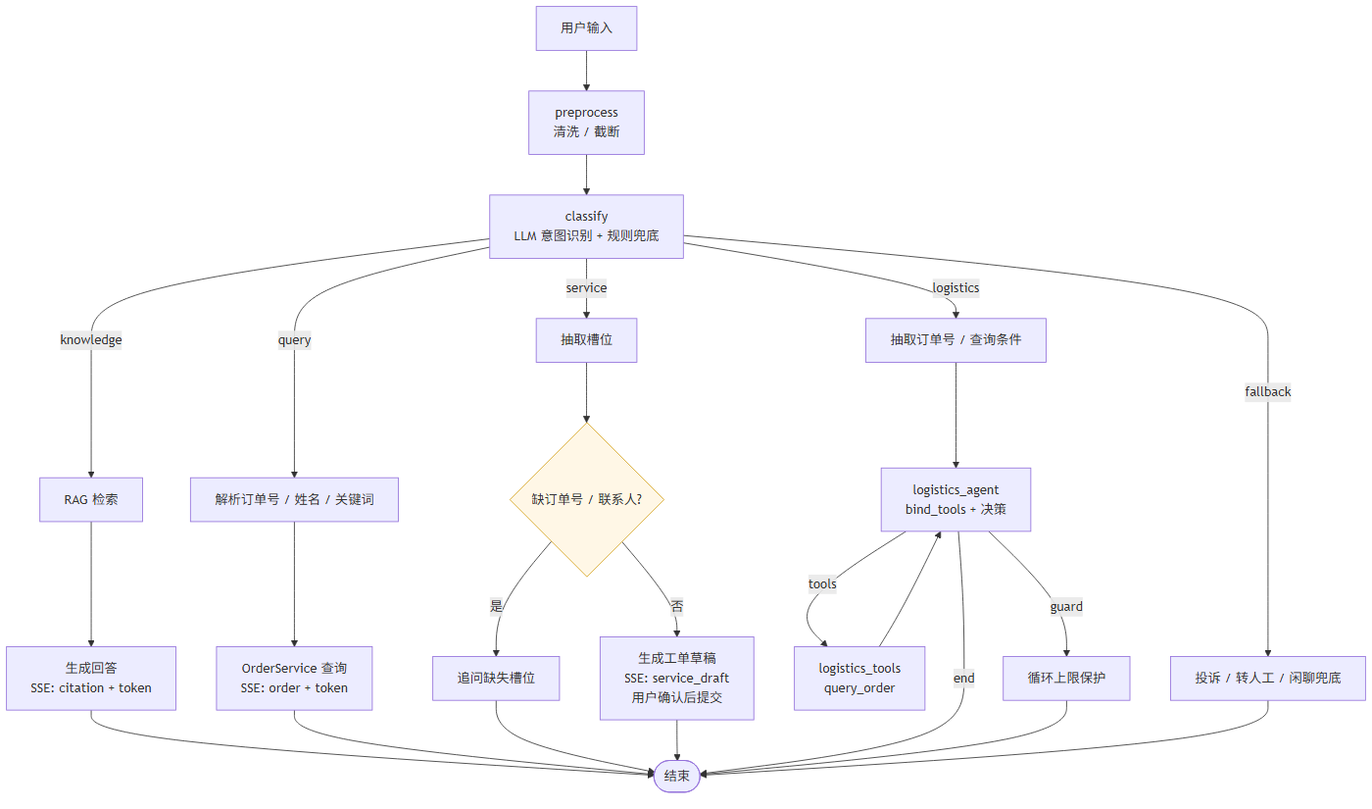
Above: docs/routing.png in II777II/qa-ticket-agent (Mermaid), before the change. Its source is kept beside it as docs/routing.mmd.
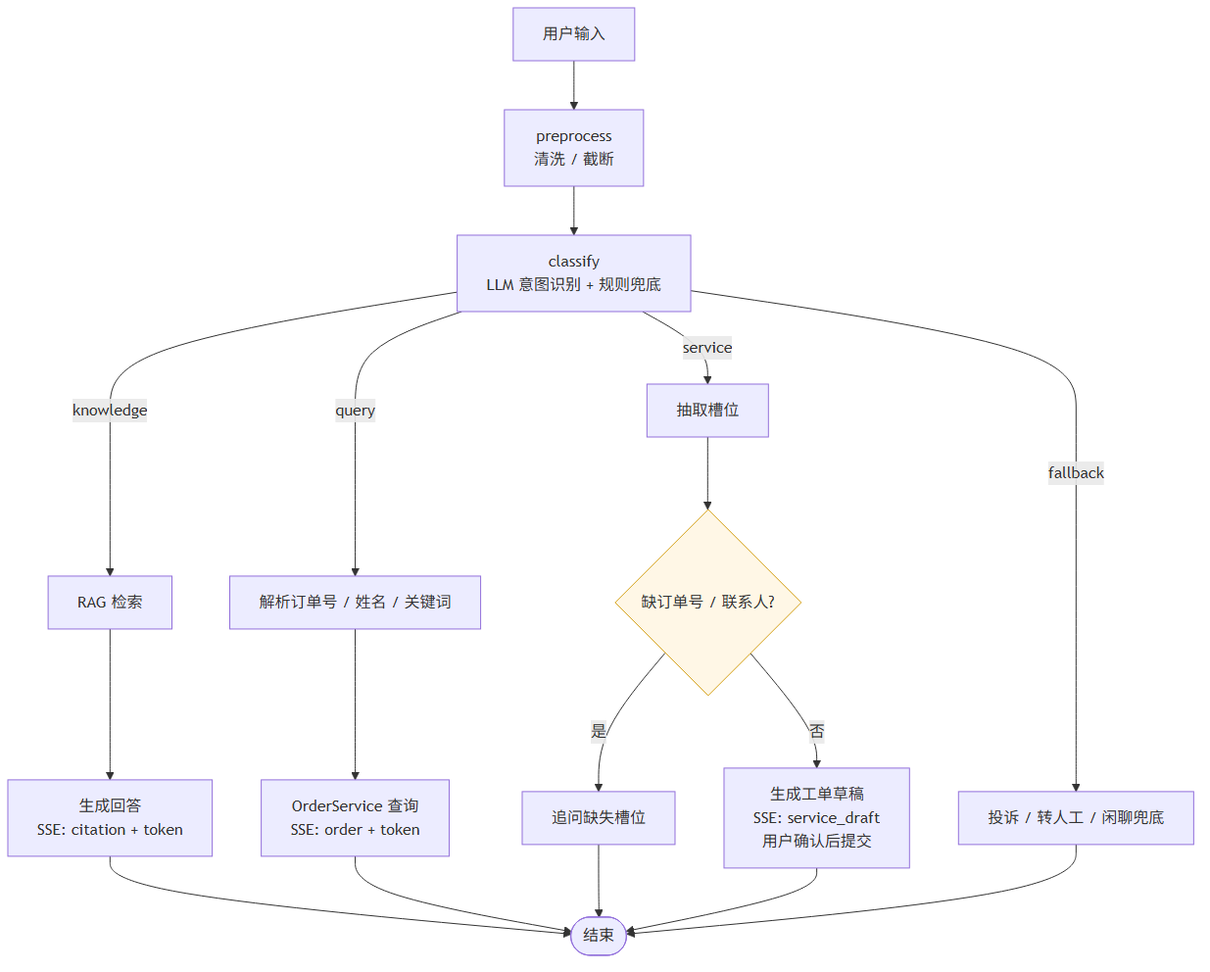
Above is the later version.

Change to the diagram source:
```diff
@@ -9,18 +9,11 @@
     S1 --> S2{"缺订单号 / 联系人?"}
     S2 -- 是 --> S3["追问缺失槽位"]
     S2 -- 否 --> S4["生成工单草稿<br/>SSE: service_draft<br/>用户确认后提交"]
-    C -- logistics --> L1["抽取订单号 / 查询条件"]
-    L1 --> L2["logistics_agent<br/>bind_tools + 决策"]
-    L2 -- tools --> L3["logistics_tools<br/>query_order"]
-    L3 --> L2
-    L2 -- guard --> L4["循环上限保护"]
     C -- fallback --> F1["投诉 / 转人工 / 闲聊兜底"]
     K2 --> E(["结束"])
     Q2 --> E
     S3 --> E
     S4 --> E
-    L2 -- end --> E
-    L4 --> E
     F1 --> E
     classDef decision fill:#fff7e6,stroke:#d4a017
     class S2 decision
```
